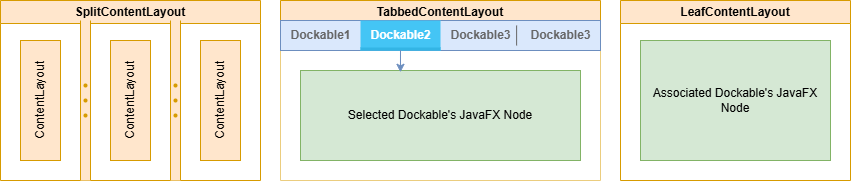
Before: assets/layouts.png, a diagram exported from draw.io (Col-E/BentoFX). Source tidied: cells renumbered, new cells last; positions are measured from the earlier drawing's top-left corner, leaving out a move shared by most shapes.
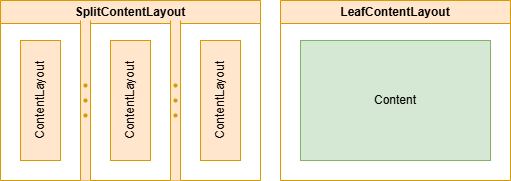
After the commit.

Change to the diagram source:
```diff
@@ -3,7 +3,7 @@
     <mxCell id="0" />
     <mxCell id="1" parent="0" />
     <mxCell id="2" style="rounded=0;whiteSpace=wrap;html=1;strokeColor=none;" parent="1" vertex="1">
-      <mxGeometry x="620" width="230" height="180" as="geometry" />
+      <mxGeometry x="280" width="230" height="180" as="geometry" />
     </mxCell>
     <mxCell id="3" style="rounded=0;whiteSpace=wrap;html=1;strokeColor=none;" parent="1" vertex="1">
       <mxGeometry width="260" height="180" as="geometry" />
@@ -26,43 +26,10 @@
     <mxCell id="9" value="ContentLayout" style="rounded=0;whiteSpace=wrap;html=1;direction=west;horizontal=0;fillColor=#ffe6cc;strokeColor=#d79b00;" parent="4" vertex="1">
       <mxGeometry x="200" y="40" width="40" height="120" as="geometry" />
     </mxCell>
-    <mxCell id="10" value="TabbedContentLayout" style="swimlane;whiteSpace=wrap;html=1;startSize=23;fillColor=#ffe6cc;strokeColor=#d79b00;" parent="1" vertex="1">
-      <mxGeometry x="280" width="320" height="180" as="geometry" />
-    </mxCell>
-    <mxCell id="11" style="rounded=0;whiteSpace=wrap;html=1;strokeColor=none;" parent="10" vertex="1">
-      <mxGeometry y="50" width="320" height="130" as="geometry" />
-    </mxCell>
-    <mxCell id="12" style="strokeWidth=1;html=1;shadow=0;dashed=0;shape=mxgraph.android.rrect;rSize=0;fillColor=#dae8fc;strokeColor=#6c8ebf;" parent="10" vertex="1">
-      <mxGeometry y="20" width="320" height="30" as="geometry" />
-    </mxCell>
-    <mxCell id="13" value="Dockable1" style="strokeWidth=1;html=1;shadow=0;dashed=0;shape=mxgraph.android.anchor;fontStyle=1;fontColor=#666666;" parent="12" vertex="1">
-      <mxGeometry width="80" height="30" as="geometry" />
-    </mxCell>
-    <mxCell id="14" value="Dockable2" style="strokeWidth=1;html=1;shadow=0;dashed=0;shape=mxgraph.android.rrect;rSize=0;fontStyle=1;fillColor=#44c5f5;strokeColor=none;fontColor=#ffffff;" parent="12" vertex="1">
-      <mxGeometry x="80" width="80" height="30" as="geometry" />
-    </mxCell>
-    <mxCell id="15" style="strokeWidth=1;html=1;shadow=0;dashed=0;shape=mxgraph.android.rrect;rSize=0;fillColor=#33b5e5;strokeColor=none;" parent="14" vertex="1">
-      <mxGeometry y="27" width="80" height="3" as="geometry" />
-    </mxCell>
-    <mxCell id="16" value="Dockable3" style="strokeWidth=1;html=1;shadow=0;dashed=0;shape=mxgraph.android.anchor;fontStyle=1;fontColor=#666666;" parent="12" vertex="1">
-      <mxGeometry x="160" width="80" height="30" as="geometry" />
-    </mxCell>
-    <mxCell id="17" value="Dockable3" style="strokeWidth=1;html=1;shadow=0;dashed=0;shape=mxgraph.android.anchor;fontStyle=1;fontColor=#666666;" parent="12" vertex="1">
-      <mxGeometry x="240" width="80" height="30" as="geometry" />
-    </mxCell>
-    <mxCell id="18" style="shape=line;strokeColor=#666666;direction=south;" parent="12" vertex="1">
-      <mxGeometry x="227.5" y="5" width="17.3" height="20" as="geometry" />
-    </mxCell>
-    <mxCell id="19" value="Selected Dockable's JavaFX Node" style="rounded=0;whiteSpace=wrap;html=1;direction=west;horizontal=1;fillColor=#d5e8d4;strokeColor=#82b366;" parent="10" vertex="1">
-      <mxGeometry x="20" y="70" width="280" height="90" as="geometry" />
-    </mxCell>
-    <mxCell id="20" style="edgeStyle=orthogonalEdgeStyle;rounded=0;jettySize=auto;html=1;entryX=0.643;entryY=0.98;entryDx=0;entryDy=0;entryPerimeter=0;fillColor=#dae8fc;strokeColor=#6c8ebf;" parent="10" edge="1" source="14" target="19">
-      <mxGeometry relative="1" as="geometry" />
-    </mxCell>
     <mxCell id="21" value="LeafContentLayout" style="swimlane;whiteSpace=wrap;html=1;startSize=23;fillColor=#ffe6cc;strokeColor=#d79b00;glass=0;" parent="1" vertex="1">
-      <mxGeometry x="620" width="230" height="180" as="geometry" />
+      <mxGeometry x="280" width="230" height="180" as="geometry" />
     </mxCell>
-    <mxCell id="22" value="Associated Dockable's JavaFX Node" style="rounded=0;whiteSpace=wrap;html=1;direction=west;horizontal=1;fillColor=#d5e8d4;strokeColor=#82b366;" parent="21" vertex="1">
+    <mxCell id="22" value="Content" style="rounded=0;whiteSpace=wrap;html=1;direction=west;horizontal=1;fillColor=#d5e8d4;strokeColor=#82b366;" parent="21" vertex="1">
       <mxGeometry x="20" y="40" width="190" height="120" as="geometry" />
     </mxCell>
   </root>
```
